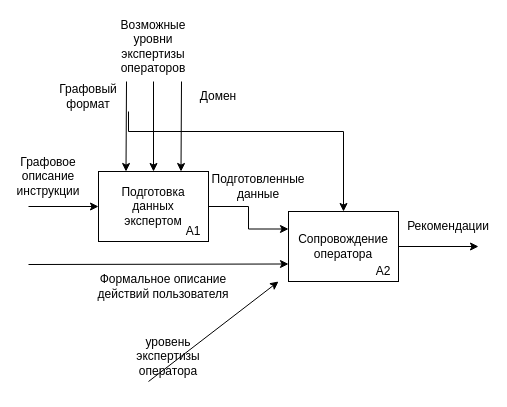
Above: report/inc/img/idef0_x.drawio in Jarozin/diplom (draw.io), before the change. Source tidied: cells renumbered, new cells numbered last; positions are measured from the earlier drawing's top-left corner, leaving out a move shared by most shapes. Both pictures are drawn from the tidied source at 100%, with x=0, y=0 at pixel (18, 31).
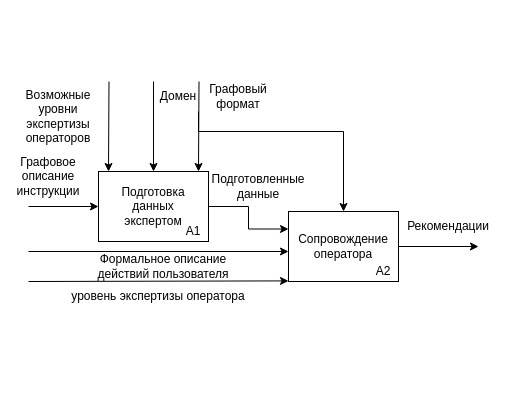
After the change.

The change refers to these unchanged cells:
```xml
<mxCell id="3" style="rounded=0;whiteSpace=wrap;html=1;" parent="2" vertex="1">
  <mxGeometry width="110" height="70" as="geometry" />
</mxCell>
<mxCell id="7" style="rounded=0;whiteSpace=wrap;html=1;" parent="6" vertex="1">
  <mxGeometry width="110" height="70" as="geometry" />
</mxCell>
```

Diff of the diagram source:
```diff
@@
-    <mxCell id="16" style="endArrow=classic;html=1;rounded=0;entryX=0;entryY=0.75;entryDx=0;entryDy=0;" parent="1" edge="1" target="3">
+    <mxCell id="16" style="endArrow=classic;html=1;rounded=0;entryX=0;entryY=0.75;entryDx=0;entryDy=0;" parent="1" edge="1">
       <mxGeometry relative="1" as="geometry">
-        <mxPoint x="10" y="233" as="sourcePoint" />
+        <mxPoint x="10" y="220" as="sourcePoint" />
+        <mxPoint x="270" y="220" as="targetPoint" />
       </mxGeometry>
     </mxCell>
     <mxCell id="17" value="Формальное описание действий пользователя" style="text;html=1;align=center;verticalAlign=middle;whiteSpace=wrap;rounded=0;" parent="1" vertex="1">
-      <mxGeometry x="70" y="240" width="150" height="30" as="geometry" />
+      <mxGeometry x="70" y="220" width="150" height="30" as="geometry" />
     </mxCell>
-    <mxCell id="18" style="endArrow=classic;html=1;rounded=0;entryX=0.25;entryY=0;entryDx=0;entryDy=0;" parent="1" edge="1" target="7">
+    <mxCell id="18" style="endArrow=classic;html=1;rounded=0;entryX=0.25;entryY=0;entryDx=0;entryDy=0;" parent="1" edge="1">
       <mxGeometry relative="1" as="geometry">
-        <mxPoint x="108" y="50" as="sourcePoint" />
+        <mxPoint x="90.5" y="50" as="sourcePoint" />
+        <mxPoint x="90" y="140" as="targetPoint" />
       </mxGeometry>
     </mxCell>
-    <mxCell id="19" style="endArrow=classic;html=1;rounded=0;entryX=0.75;entryY=0;entryDx=0;entryDy=0;" parent="1" edge="1" target="7">
+    <mxCell id="19" style="endArrow=classic;html=1;rounded=0;entryX=0.75;entryY=0;entryDx=0;entryDy=0;" parent="1" edge="1">
       <mxGeometry relative="1" as="geometry">
-        <mxPoint x="163" y="50" as="sourcePoint" />
+        <mxPoint x="180.5" y="50" as="sourcePoint" />
+        <mxPoint x="180" y="140" as="targetPoint" />
       </mxGeometry>
     </mxCell>
     <mxCell id="20" value="Графовый формат" style="text;html=1;align=center;verticalAlign=middle;whiteSpace=wrap;rounded=0;" parent="1" vertex="1">
-      <mxGeometry x="40" y="50" width="60" height="30" as="geometry" />
+      <mxGeometry x="190" y="50" width="60" height="30" as="geometry" />
     </mxCell>
     <mxCell id="21" value="Домен" style="text;html=1;align=center;verticalAlign=middle;whiteSpace=wrap;rounded=0;" parent="1" vertex="1">
-      <mxGeometry x="170" y="50" width="60" height="30" as="geometry" />
+      <mxGeometry x="130" y="50" width="60" height="30" as="geometry" />
     </mxCell>
     <mxCell id="22" style="endArrow=classic;html=1;rounded=0;entryX=0.5;entryY=0;entryDx=0;entryDy=0;edgeStyle=orthogonalEdgeStyle;" parent="1" edge="1" target="3">
       <mxGeometry relative="1" as="geometry">
-        <mxPoint x="110" y="80" as="sourcePoint" />
+        <mxPoint x="180" y="80" as="sourcePoint" />
         <Array as="points">
-          <mxPoint x="110" y="100" />
+          <mxPoint x="180" y="80" />
+          <mxPoint x="180" y="100" />
           <mxPoint x="325" y="100" />
         </Array>
       </mxGeometry>
     </mxCell>
@@
     <mxCell id="24" value="Возможные уровни экспертизы операторов" style="text;html=1;align=center;verticalAlign=middle;whiteSpace=wrap;rounded=0;" parent="1" vertex="1">
-      <mxGeometry x="105" width="60" height="30" as="geometry" />
+      <mxGeometry x="10" y="70" width="60" height="30" as="geometry" />
     </mxCell>
     <mxCell id="25" style="endArrow=classic;html=1;rounded=0;" parent="1" edge="1">
       <mxGeometry relative="1" as="geometry">
-        <mxPoint x="130" y="350" as="sourcePoint" />
-        <mxPoint x="260" y="250" as="targetPoint" />
+        <mxPoint x="10" y="250" as="sourcePoint" />
+        <mxPoint x="270" y="249.4" as="targetPoint" />
       </mxGeometry>
     </mxCell>
     <mxCell id="26" value="уровень экспертизы оператора" style="text;html=1;align=center;verticalAlign=middle;whiteSpace=wrap;rounded=0;" parent="1" vertex="1">
-      <mxGeometry x="120" y="310" width="60" height="30" as="geometry" />
+      <mxGeometry x="30" y="250" width="220" height="30" as="geometry" />
     </mxCell>
```
